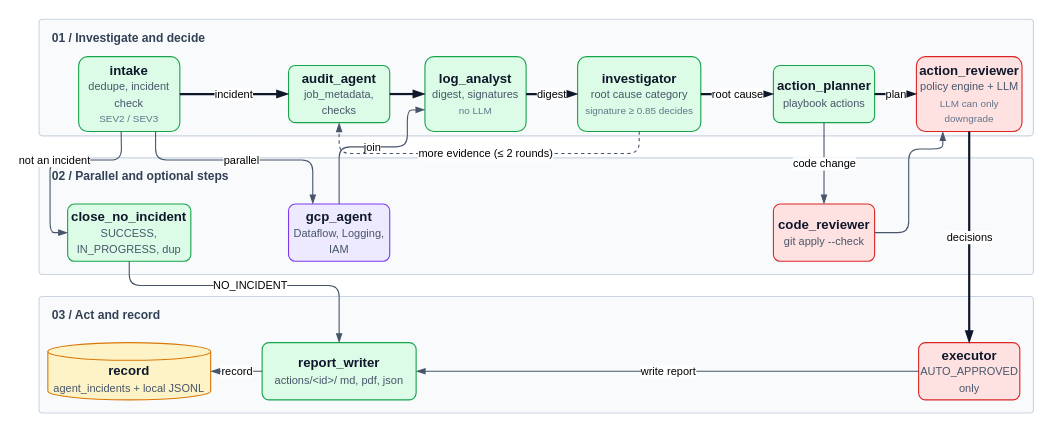
Above: docs/autodocs/diagrams/agent-incident.drawio in shivatarunkumar/dataflow-agent (draw.io), before the change. Source tidied: cells renumbered, new cells numbered last; positions are measured from the earlier drawing's top-left corner, leaving out a move shared by most shapes. Both pictures are drawn from the tidied source at 110%, with x=0, y=0 at pixel (38, 19).
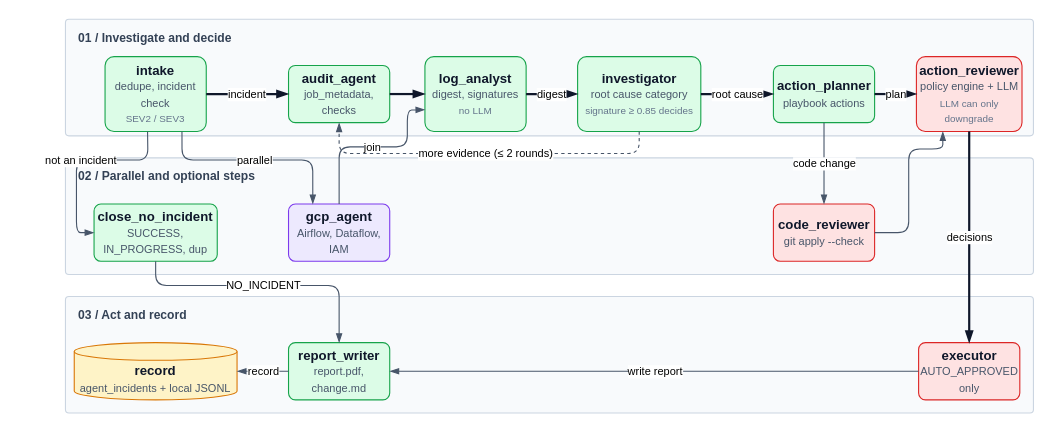
After the change.

What changed in the source:
```diff
@@
     <mxCell id="2" value="01 / Investigate and decide" style="rounded=1;arcSize=3;fillColor=#F8FAFC;strokeColor=#CBD5E1;html=1;whiteSpace=wrap;verticalAlign=top;align=left;spacingLeft=10;spacingTop=4;fontSize=11;fontStyle=1;fontColor=#334155;" parent="1" vertex="1">
-      <mxGeometry width="904" height="106" as="geometry" />
+      <mxGeometry x="24" width="880" height="106" as="geometry" />
     </mxCell>
     <mxCell id="3" value="02 / Parallel and optional steps" style="rounded=1;arcSize=3;fillColor=#F8FAFC;strokeColor=#CBD5E1;html=1;whiteSpace=wrap;verticalAlign=top;align=left;spacingLeft=10;spacingTop=4;fontSize=11;fontStyle=1;fontColor=#334155;" parent="1" vertex="1">
-      <mxGeometry y="126" width="904" height="106" as="geometry" />
+      <mxGeometry x="24" y="126" width="880" height="106" as="geometry" />
     </mxCell>
     <mxCell id="4" value="03 / Act and record" style="rounded=1;arcSize=3;fillColor=#F8FAFC;strokeColor=#CBD5E1;html=1;whiteSpace=wrap;verticalAlign=top;align=left;spacingLeft=10;spacingTop=4;fontSize=11;fontStyle=1;fontColor=#334155;" parent="1" vertex="1">
-      <mxGeometry y="252" width="904" height="106" as="geometry" />
+      <mxGeometry x="24" y="252" width="880" height="106" as="geometry" />
     </mxCell>
     <mxCell id="5" value="&lt;b&gt;intake&lt;/b&gt;&lt;br&gt;&lt;font style=&quot;font-size:10px;color:#475569&quot;&gt;dedupe, incident check&lt;/font&gt;&lt;br&gt;&lt;font style=&quot;font-size:9px;color:#64748B&quot;&gt;SEV2 / SEV3&lt;/font&gt;" style="rounded=1;arcSize=12;whiteSpace=wrap;html=1;fillColor=#DCFCE7;strokeColor=#16A34A;fontColor=#0F172A;fontSize=12;verticalAlign=middle;align=center;" parent="1" vertex="1">
-      <mxGeometry x="36" y="34" width="92" height="68" as="geometry" />
+      <mxGeometry x="60" y="34" width="92" height="68" as="geometry" />
     </mxCell>
@@
     <mxCell id="11" value="&lt;b&gt;close_no_incident&lt;/b&gt;&lt;br&gt;&lt;font style=&quot;font-size:10px;color:#475569&quot;&gt;SUCCESS, IN_PROGRESS, dup&lt;/font&gt;" style="rounded=1;arcSize=12;whiteSpace=wrap;html=1;fillColor=#DCFCE7;strokeColor=#16A34A;fontColor=#0F172A;fontSize=12;verticalAlign=middle;align=center;" parent="1" vertex="1">
-      <mxGeometry x="26" y="168" width="112" height="52" as="geometry" />
+      <mxGeometry x="50" y="168" width="112" height="52" as="geometry" />
     </mxCell>
-    <mxCell id="12" value="&lt;b&gt;gcp_agent&lt;/b&gt;&lt;br&gt;&lt;font style=&quot;font-size:10px;color:#475569&quot;&gt;Dataflow, Logging, IAM&lt;/font&gt;" style="rounded=1;arcSize=12;whiteSpace=wrap;html=1;fillColor=#EDE9FE;strokeColor=#7C3AED;fontColor=#0F172A;fontSize=12;verticalAlign=middle;align=center;" parent="1" vertex="1">
+    <mxCell id="12" value="&lt;b&gt;gcp_agent&lt;/b&gt;&lt;br&gt;&lt;font style=&quot;font-size:10px;color:#475569&quot;&gt;Airflow, Dataflow, IAM&lt;/font&gt;" style="rounded=1;arcSize=12;whiteSpace=wrap;html=1;fillColor=#EDE9FE;strokeColor=#7C3AED;fontColor=#0F172A;fontSize=12;verticalAlign=middle;align=center;" parent="1" vertex="1">
       <mxGeometry x="226.8" y="168" width="92" height="52" as="geometry" />
     </mxCell>
@@
     <mxCell id="14" value="&lt;b&gt;record&lt;/b&gt;&lt;br&gt;&lt;font style=&quot;font-size:10px;color:#475569&quot;&gt;agent_incidents + local JSONL&lt;/font&gt;" style="shape=cylinder3;boundedLbl=1;backgroundOutline=1;size=8;whiteSpace=wrap;html=1;fillColor=#FEF3C7;strokeColor=#D97706;fontColor=#0F172A;fontSize=12;verticalAlign=middle;align=center;" parent="1" vertex="1">
-      <mxGeometry x="8" y="294" width="148" height="52" as="geometry" />
+      <mxGeometry x="32" y="294" width="148" height="52" as="geometry" />
     </mxCell>
-    <mxCell id="15" value="&lt;b&gt;report_writer&lt;/b&gt;&lt;br&gt;&lt;font style=&quot;font-size:10px;color:#475569&quot;&gt;actions/&amp;lt;id&amp;gt;/ md, pdf, json&lt;/font&gt;" style="rounded=1;arcSize=12;whiteSpace=wrap;html=1;fillColor=#DCFCE7;strokeColor=#16A34A;fontColor=#0F172A;fontSize=12;verticalAlign=middle;align=center;" parent="1" vertex="1">
-      <mxGeometry x="202.8" y="294" width="140" height="52" as="geometry" />
+    <mxCell id="15" value="&lt;b&gt;report_writer&lt;/b&gt;&lt;br&gt;&lt;font style=&quot;font-size:10px;color:#475569&quot;&gt;report.pdf, change.md&lt;/font&gt;" style="rounded=1;arcSize=12;whiteSpace=wrap;html=1;fillColor=#DCFCE7;strokeColor=#16A34A;fontColor=#0F172A;fontSize=12;verticalAlign=middle;align=center;" parent="1" vertex="1">
+      <mxGeometry x="226.8" y="294" width="92" height="52" as="geometry" />
     </mxCell>
@@
     <mxCell id="18" value="NO_INCIDENT" style="edgeStyle=none;rounded=1;html=1;endArrow=blockThin;endFill=1;fontSize=10;labelBackgroundColor=#FFFFFF;strokeColor=#475569;exitX=0.5;exitY=1;exitDx=0;exitDy=0;exitPerimeter=0;entryX=0.5;entryY=0;entryDx=0;entryDy=0;entryPerimeter=0;" parent="1" edge="1" source="11" target="15">
       <mxGeometry relative="1" as="geometry">
         <Array as="points">
-          <mxPoint x="82" y="242" />
+          <mxPoint x="106" y="242" />
           <mxPoint x="272.8" y="242" />
         </Array>
       </mxGeometry>
     </mxCell>
@@
     <mxCell id="23" value="not an incident" style="edgeStyle=none;rounded=1;html=1;endArrow=blockThin;endFill=1;fontSize=10;labelBackgroundColor=#FFFFFF;strokeColor=#475569;exitX=0.42;exitY=1;exitDx=0;exitDy=0;exitPerimeter=0;entryX=0;entryY=0.5;entryDx=0;entryDy=0;entryPerimeter=0;" parent="1" edge="1" source="5" target="11">
       <mxGeometry relative="1" as="geometry">
         <Array as="points">
-          <mxPoint x="75" y="128" />
-          <mxPoint x="10" y="128" />
-          <mxPoint x="10" y="194" />
+          <mxPoint x="99" y="128" />
+          <mxPoint x="34" y="128" />
+          <mxPoint x="34" y="194" />
         </Array>
       </mxGeometry>
     </mxCell>
     <mxCell id="24" value="parallel" style="edgeStyle=none;rounded=1;html=1;endArrow=blockThin;endFill=1;fontSize=10;labelBackgroundColor=#FFFFFF;strokeColor=#475569;exitX=0.76;exitY=1;exitDx=0;exitDy=0;exitPerimeter=0;entryX=0.24;entryY=0;entryDx=0;entryDy=0;entryPerimeter=0;" parent="1" edge="1" source="5" target="12">
       <mxGeometry relative="1" as="geometry">
         <Array as="points">
-          <mxPoint x="106" y="128" />
+          <mxPoint x="130" y="128" />
           <mxPoint x="248.8" y="128" />
         </Array>
       </mxGeometry>
     </mxCell>
```
